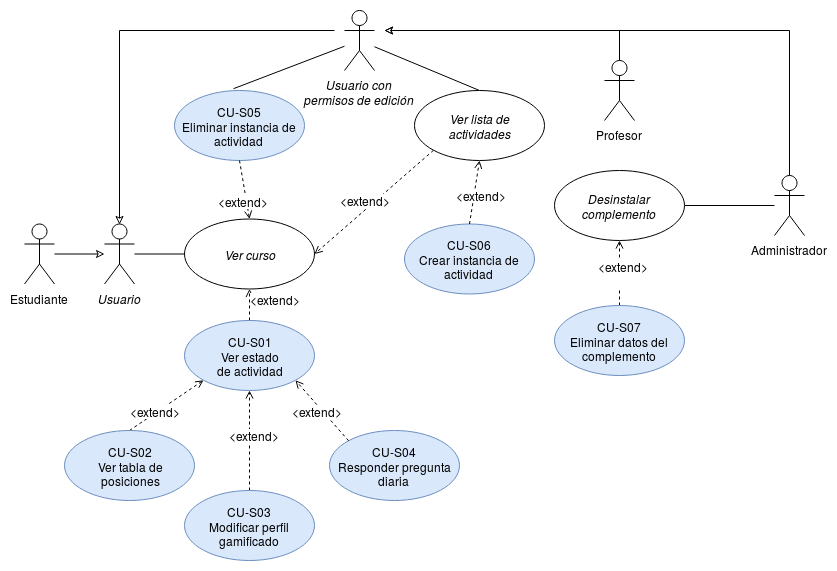
Above: docs/modulos/seguimiento/diagrams/UseCases.png in RicardoPolit/gamificationTT (draw.io), before the change. Source tidied: cells renumbered, new cells last; positions are measured from the earlier drawing's top-left corner, leaving out a move shared by most shapes. Source of this version:
```xml
<mxGraphModel>
  <root>
    <mxCell id="0" />
    <mxCell id="1" parent="0" />
    <mxCell id="2" style="edgeStyle=none;rounded=0;jettySize=auto;html=1;endArrow=none;endFill=0;entryX=0;entryY=0.5;entryDx=0;entryDy=0;" parent="1" edge="1" source="3" target="15">
      <mxGeometry relative="1" as="geometry" />
    </mxCell>
    <mxCell id="3" value="&lt;i&gt;Usuario&lt;/i&gt;" style="shape=umlActor;verticalLabelPosition=bottom;labelBackgroundColor=#ffffff;verticalAlign=top;html=1;outlineConnect=0;" parent="1" vertex="1">
      <mxGeometry x="80" y="213.5" width="30" height="60" as="geometry" />
    </mxCell>
    <mxCell id="4" style="edgeStyle=none;rounded=0;jettySize=auto;html=1;exitX=0.5;exitY=0;exitDx=0;exitDy=0;entryX=0.5;entryY=1;entryDx=0;entryDy=0;dashed=1;endArrow=open;endFill=0;" parent="1" edge="1" source="6" target="15">
      <mxGeometry relative="1" as="geometry" />
    </mxCell>
    <mxCell id="5" value="&amp;lt;extend&amp;gt;" style="text;html=1;align=center;verticalAlign=middle;labelBackgroundColor=#ffffff;" parent="4" vertex="1">
      <mxGeometry x="0.4" y="-3" relative="1" as="geometry">
        <mxPoint x="22" y="0.5" as="offset" />
      </mxGeometry>
    </mxCell>
    <mxCell id="6" value="&lt;div&gt;CU-S01&lt;/div&gt;&lt;div&gt;Ver estado&lt;/div&gt;&lt;div&gt;de actividad&lt;/div&gt;" style="ellipse;whiteSpace=wrap;html=1;fillColor=#dae8fc;strokeColor=#6c8ebf;" parent="1" vertex="1">
      <mxGeometry x="160" y="310" width="130" height="70" as="geometry" />
    </mxCell>
    <mxCell id="7" style="edgeStyle=none;rounded=0;jettySize=auto;html=1;exitX=0.5;exitY=0;exitDx=0;exitDy=0;dashed=1;endArrow=open;endFill=0;entryX=0;entryY=1;entryDx=0;entryDy=0;" parent="1" edge="1" source="9" target="6">
      <mxGeometry relative="1" as="geometry" />
    </mxCell>
    <mxCell id="8" value="&amp;lt;extend&amp;gt;" style="text;html=1;align=center;verticalAlign=middle;labelBackgroundColor=#ffffff;" parent="7" vertex="1">
      <mxGeometry x="-0.27" y="2" relative="1" as="geometry" />
    </mxCell>
    <mxCell id="9" value="&lt;div&gt;CU-S02&lt;/div&gt;&lt;div&gt;Ver tabla de&lt;/div&gt;&lt;div&gt;posiciones&lt;/div&gt;" style="ellipse;whiteSpace=wrap;html=1;fillColor=#dae8fc;strokeColor=#6c8ebf;" parent="1" vertex="1">
      <mxGeometry x="40" y="420" width="130" height="70" as="geometry" />
    </mxCell>
    <mxCell id="10" style="rounded=0;jettySize=auto;html=1;exitX=0.5;exitY=0;exitDx=0;exitDy=0;entryX=0.5;entryY=1;entryDx=0;entryDy=0;dashed=1;endArrow=open;endFill=0;" parent="1" edge="1" source="12" target="6">
      <mxGeometry relative="1" as="geometry" />
    </mxCell>
    <mxCell id="11" value="&lt;div&gt;&amp;lt;extend&amp;gt;&lt;/div&gt;" style="text;html=1;align=center;verticalAlign=middle;labelBackgroundColor=#ffffff;" parent="10" vertex="1">
      <mxGeometry x="0.32" y="-1" relative="1" as="geometry">
        <mxPoint x="3" y="10.5" as="offset" />
      </mxGeometry>
    </mxCell>
    <mxCell id="12" value="&lt;div&gt;CU-S03&lt;/div&gt;Modificar perfil gamificado" style="ellipse;whiteSpace=wrap;html=1;fillColor=#dae8fc;strokeColor=#6c8ebf;" parent="1" vertex="1">
      <mxGeometry x="160" y="480" width="130" height="70" as="geometry" />
    </mxCell>
    <mxCell id="13" style="edgeStyle=orthogonalEdgeStyle;rounded=0;jettySize=auto;html=1;endArrow=classic;endFill=0;exitX=0.5;exitY=0;exitDx=0;exitDy=0;exitPerimeter=0;" parent="1" edge="1" source="14">
      <mxGeometry relative="1" as="geometry">
        <mxPoint x="360" y="20" as="targetPoint" />
        <Array as="points">
          <mxPoint x="765" y="20" />
        </Array>
      </mxGeometry>
    </mxCell>
    <mxCell id="14" value="Administrador" style="shape=umlActor;verticalLabelPosition=bottom;labelBackgroundColor=#ffffff;verticalAlign=top;html=1;outlineConnect=0;" parent="1" vertex="1">
      <mxGeometry x="750" y="165" width="30" height="60" as="geometry" />
    </mxCell>
    <mxCell id="15" value="&lt;i&gt;Ver curso&lt;/i&gt;" style="ellipse;whiteSpace=wrap;html=1;" parent="1" vertex="1">
      <mxGeometry x="160" y="208.5" width="130" height="70" as="geometry" />
    </mxCell>
    <mxCell id="16" style="rounded=0;jettySize=auto;html=1;startArrow=none;startFill=0;endArrow=classic;endFill=0;" parent="1" edge="1" source="17" target="3">
      <mxGeometry relative="1" as="geometry" />
    </mxCell>
    <mxCell id="17" value="Estudiante" style="shape=umlActor;verticalLabelPosition=bottom;labelBackgroundColor=#ffffff;verticalAlign=top;html=1;outlineConnect=0;" parent="1" vertex="1">
      <mxGeometry y="213.5" width="30" height="60" as="geometry" />
    </mxCell>
    <mxCell id="18" style="edgeStyle=none;rounded=0;jettySize=auto;html=1;startArrow=none;startFill=0;endArrow=none;endFill=0;exitX=1;exitY=0.5;exitDx=0;exitDy=0;" parent="1" edge="1" source="22" target="14">
      <mxGeometry relative="1" as="geometry" />
    </mxCell>
    <mxCell id="19" style="edgeStyle=none;rounded=0;jettySize=auto;html=1;exitX=0.5;exitY=0;exitDx=0;exitDy=0;entryX=0.5;entryY=1;entryDx=0;entryDy=0;startArrow=none;startFill=0;endArrow=open;endFill=0;dashed=1;" parent="1" edge="1" source="21" target="22">
      <mxGeometry relative="1" as="geometry" />
    </mxCell>
    <mxCell id="20" value="&lt;div&gt;&amp;lt;extend&amp;gt;&lt;/div&gt;&lt;div&gt;&lt;br&gt;&lt;/div&gt;" style="text;html=1;align=center;verticalAlign=middle;labelBackgroundColor=#ffffff;" parent="19" vertex="1">
      <mxGeometry x="-0.48" y="-2" relative="1" as="geometry">
        <mxPoint x="1.5" y="-15.5" as="offset" />
      </mxGeometry>
    </mxCell>
    <mxCell id="21" value="&lt;div&gt;CU-S07&lt;/div&gt;&lt;div&gt;Eliminar datos del complemento&lt;br&gt;&lt;/div&gt;" style="ellipse;whiteSpace=wrap;html=1;fillColor=#dae8fc;strokeColor=#6c8ebf;" parent="1" vertex="1">
      <mxGeometry x="530" y="295" width="130" height="70" as="geometry" />
    </mxCell>
    <mxCell id="22" value="&lt;i&gt;Desinstalar complemento&lt;/i&gt;" style="ellipse;whiteSpace=wrap;html=1;" parent="1" vertex="1">
      <mxGeometry x="530" y="160" width="130" height="70" as="geometry" />
    </mxCell>
    <mxCell id="23" value="&lt;div&gt;CU-S04&lt;/div&gt;&lt;div&gt;Responder pregunta diaria&lt;br&gt;&lt;/div&gt;" style="ellipse;whiteSpace=wrap;html=1;fillColor=#dae8fc;strokeColor=#6c8ebf;" parent="1" vertex="1">
      <mxGeometry x="305" y="420" width="130" height="70" as="geometry" />
    </mxCell>
    <mxCell id="24" style="rounded=0;jettySize=auto;html=1;exitX=0;exitY=0;exitDx=0;exitDy=0;entryX=1;entryY=1;entryDx=0;entryDy=0;dashed=1;endArrow=open;endFill=0;" parent="1" edge="1" source="23" target="6">
      <mxGeometry relative="1" as="geometry" />
    </mxCell>
    <mxCell id="25" value="&lt;div&gt;&amp;lt;extend&amp;gt;&lt;/div&gt;" style="text;html=1;align=center;verticalAlign=middle;labelBackgroundColor=#ffffff;" parent="24" vertex="1">
      <mxGeometry x="0.32" y="-1" relative="1" as="geometry">
        <mxPoint x="3" y="10.5" as="offset" />
      </mxGeometry>
    </mxCell>
    <mxCell id="26" style="rounded=0;jettySize=auto;html=1;entryX=0.5;entryY=0;entryDx=0;entryDy=0;endArrow=none;endFill=0;" parent="1" edge="1" source="29" target="38">
      <mxGeometry relative="1" as="geometry" />
    </mxCell>
    <mxCell id="27" style="rounded=0;jettySize=auto;html=1;entryX=0.454;entryY=-0.026;entryDx=0;entryDy=0;entryPerimeter=0;endArrow=none;endFill=0;" parent="1" edge="1" source="29" target="33">
      <mxGeometry relative="1" as="geometry" />
    </mxCell>
    <mxCell id="28" style="edgeStyle=orthogonalEdgeStyle;rounded=0;jettySize=auto;html=1;endArrow=classic;endFill=0;entryX=0.5;entryY=0;entryDx=0;entryDy=0;entryPerimeter=0;" parent="1" edge="1" target="3">
      <mxGeometry relative="1" as="geometry">
        <mxPoint x="310" y="20" as="sourcePoint" />
      </mxGeometry>
    </mxCell>
    <mxCell id="29" value="&lt;div&gt;&lt;i&gt;Usuario con &lt;br&gt;&lt;/i&gt;&lt;/div&gt;&lt;div&gt;&lt;i&gt;permisos de edición&lt;/i&gt;&lt;/div&gt;" style="shape=umlActor;verticalLabelPosition=bottom;labelBackgroundColor=#ffffff;verticalAlign=top;html=1;outlineConnect=0;" parent="1" vertex="1">
      <mxGeometry x="320" width="30" height="60" as="geometry" />
    </mxCell>
    <mxCell id="30" value="&lt;div&gt;CU-S06&lt;/div&gt;&lt;div&gt;Crear instancia de actividad&lt;br&gt;&lt;/div&gt;" style="ellipse;whiteSpace=wrap;html=1;fillColor=#dae8fc;strokeColor=#6c8ebf;" parent="1" vertex="1">
      <mxGeometry x="380" y="213.5" width="130" height="70" as="geometry" />
    </mxCell>
    <mxCell id="31" style="edgeStyle=none;rounded=0;jettySize=auto;html=1;exitX=0.5;exitY=0;exitDx=0;exitDy=0;entryX=0.5;entryY=1;entryDx=0;entryDy=0;dashed=1;endArrow=open;endFill=0;" parent="1" edge="1" source="30" target="38">
      <mxGeometry relative="1" as="geometry" />
    </mxCell>
    <mxCell id="32" value="&amp;lt;extend&amp;gt;" style="text;html=1;align=center;verticalAlign=middle;labelBackgroundColor=#ffffff;" parent="31" vertex="1">
      <mxGeometry x="0.4" y="-3" relative="1" as="geometry">
        <mxPoint x="2" y="15" as="offset" />
      </mxGeometry>
    </mxCell>
    <mxCell id="33" value="&lt;div&gt;CU-S05&lt;/div&gt;&lt;div&gt;Eliminar instancia de actividad&lt;br&gt;&lt;/div&gt;" style="ellipse;whiteSpace=wrap;html=1;fillColor=#dae8fc;strokeColor=#6c8ebf;" parent="1" vertex="1">
      <mxGeometry x="150" y="80" width="130" height="70" as="geometry" />
    </mxCell>
    <mxCell id="34" style="edgeStyle=none;rounded=0;jettySize=auto;html=1;exitX=0.5;exitY=1;exitDx=0;exitDy=0;entryX=0.5;entryY=0;entryDx=0;entryDy=0;dashed=1;endArrow=open;endFill=0;" parent="1" edge="1" source="33" target="15">
      <mxGeometry relative="1" as="geometry" />
    </mxCell>
    <mxCell id="35" value="&amp;lt;extend&amp;gt;" style="text;html=1;align=center;verticalAlign=middle;labelBackgroundColor=#ffffff;" parent="34" vertex="1">
      <mxGeometry x="0.4" y="-3" relative="1" as="geometry" />
    </mxCell>
    <mxCell id="36" style="edgeStyle=orthogonalEdgeStyle;rounded=0;jettySize=auto;html=1;exitX=0.5;exitY=0;exitDx=0;exitDy=0;exitPerimeter=0;endArrow=classic;endFill=0;" parent="1" edge="1" source="37">
      <mxGeometry relative="1" as="geometry">
        <mxPoint x="360" y="20" as="targetPoint" />
        <Array as="points">
          <mxPoint x="595" y="20" />
        </Array>
      </mxGeometry>
    </mxCell>
    <mxCell id="37" value="Profesor" style="shape=umlActor;verticalLabelPosition=bottom;labelBackgroundColor=#ffffff;verticalAlign=top;html=1;outlineConnect=0;" parent="1" vertex="1">
      <mxGeometry x="580" y="50" width="30" height="60" as="geometry" />
    </mxCell>
    <mxCell id="38" value="&lt;div&gt;&lt;i&gt;Ver lista de&lt;/i&gt;&lt;/div&gt;&lt;div&gt;&lt;i&gt;actividades&lt;/i&gt;&lt;/div&gt;" style="ellipse;whiteSpace=wrap;html=1;" parent="1" vertex="1">
      <mxGeometry x="390" y="80" width="130" height="70" as="geometry" />
    </mxCell>
    <mxCell id="39" style="edgeStyle=none;rounded=0;jettySize=auto;html=1;exitX=0;exitY=1;exitDx=0;exitDy=0;entryX=1;entryY=0.5;entryDx=0;entryDy=0;dashed=1;endArrow=open;endFill=0;" parent="1" edge="1" source="38" target="15">
      <mxGeometry relative="1" as="geometry" />
    </mxCell>
    <mxCell id="40" value="&amp;lt;extend&amp;gt;" style="text;html=1;align=center;verticalAlign=middle;labelBackgroundColor=#ffffff;" parent="39" vertex="1">
      <mxGeometry x="0.4" y="-3" relative="1" as="geometry">
        <mxPoint x="16.5" y="-20" as="offset" />
      </mxGeometry>
    </mxCell>
  </root>
</mxGraphModel>
```
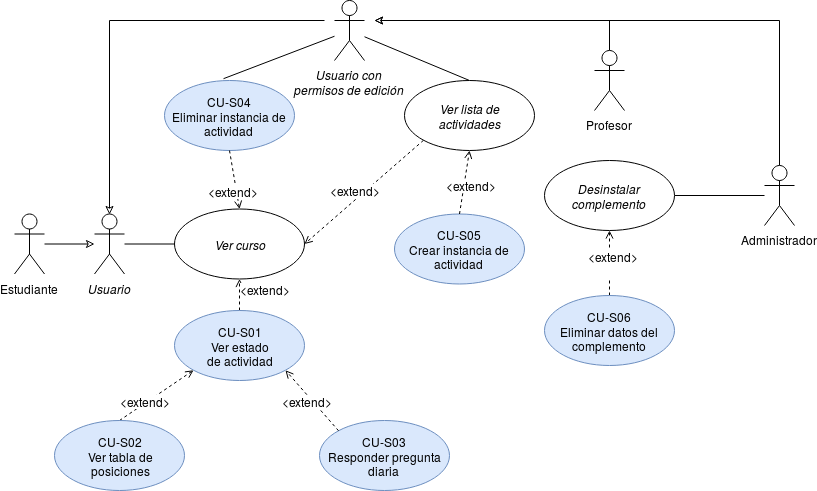
The same file after the commit.

What changed in the source:
```diff
@@ -28,17 +28,6 @@
     <mxCell id="9" value="&lt;div&gt;CU-S02&lt;/div&gt;&lt;div&gt;Ver tabla de&lt;/div&gt;&lt;div&gt;posiciones&lt;/div&gt;" style="ellipse;whiteSpace=wrap;html=1;fillColor=#dae8fc;strokeColor=#6c8ebf;" parent="1" vertex="1">
       <mxGeometry x="40" y="420" width="130" height="70" as="geometry" />
     </mxCell>
-    <mxCell id="10" style="rounded=0;jettySize=auto;html=1;exitX=0.5;exitY=0;exitDx=0;exitDy=0;entryX=0.5;entryY=1;entryDx=0;entryDy=0;dashed=1;endArrow=open;endFill=0;" parent="1" edge="1" source="12" target="6">
-      <mxGeometry relative="1" as="geometry" />
-    </mxCell>
-    <mxCell id="11" value="&lt;div&gt;&amp;lt;extend&amp;gt;&lt;/div&gt;" style="text;html=1;align=center;verticalAlign=middle;labelBackgroundColor=#ffffff;" parent="10" vertex="1">
-      <mxGeometry x="0.32" y="-1" relative="1" as="geometry">
-        <mxPoint x="3" y="10.5" as="offset" />
-      </mxGeometry>
-    </mxCell>
-    <mxCell id="12" value="&lt;div&gt;CU-S03&lt;/div&gt;Modificar perfil gamificado" style="ellipse;whiteSpace=wrap;html=1;fillColor=#dae8fc;strokeColor=#6c8ebf;" parent="1" vertex="1">
-      <mxGeometry x="160" y="480" width="130" height="70" as="geometry" />
-    </mxCell>
     <mxCell id="13" style="edgeStyle=orthogonalEdgeStyle;rounded=0;jettySize=auto;html=1;endArrow=classic;endFill=0;exitX=0.5;exitY=0;exitDx=0;exitDy=0;exitPerimeter=0;" parent="1" edge="1" source="14">
       <mxGeometry relative="1" as="geometry">
         <mxPoint x="360" y="20" as="targetPoint" />
@@ -70,13 +59,13 @@
         <mxPoint x="1.5" y="-15.5" as="offset" />
       </mxGeometry>
     </mxCell>
-    <mxCell id="21" value="&lt;div&gt;CU-S07&lt;/div&gt;&lt;div&gt;Eliminar datos del complemento&lt;br&gt;&lt;/div&gt;" style="ellipse;whiteSpace=wrap;html=1;fillColor=#dae8fc;strokeColor=#6c8ebf;" parent="1" vertex="1">
+    <mxCell id="21" value="&lt;div&gt;CU-S06&lt;/div&gt;&lt;div&gt;Eliminar datos del complemento&lt;br&gt;&lt;/div&gt;" style="ellipse;whiteSpace=wrap;html=1;fillColor=#dae8fc;strokeColor=#6c8ebf;" parent="1" vertex="1">
       <mxGeometry x="530" y="295" width="130" height="70" as="geometry" />
     </mxCell>
     <mxCell id="22" value="&lt;i&gt;Desinstalar complemento&lt;/i&gt;" style="ellipse;whiteSpace=wrap;html=1;" parent="1" vertex="1">
       <mxGeometry x="530" y="160" width="130" height="70" as="geometry" />
     </mxCell>
-    <mxCell id="23" value="&lt;div&gt;CU-S04&lt;/div&gt;&lt;div&gt;Responder pregunta diaria&lt;br&gt;&lt;/div&gt;" style="ellipse;whiteSpace=wrap;html=1;fillColor=#dae8fc;strokeColor=#6c8ebf;" parent="1" vertex="1">
+    <mxCell id="23" value="&lt;div&gt;CU-S03&lt;/div&gt;&lt;div&gt;Responder pregunta diaria&lt;br&gt;&lt;/div&gt;" style="ellipse;whiteSpace=wrap;html=1;fillColor=#dae8fc;strokeColor=#6c8ebf;" parent="1" vertex="1">
       <mxGeometry x="305" y="420" width="130" height="70" as="geometry" />
     </mxCell>
     <mxCell id="24" style="rounded=0;jettySize=auto;html=1;exitX=0;exitY=0;exitDx=0;exitDy=0;entryX=1;entryY=1;entryDx=0;entryDy=0;dashed=1;endArrow=open;endFill=0;" parent="1" edge="1" source="23" target="6">
@@ -101,7 +90,7 @@
     <mxCell id="29" value="&lt;div&gt;&lt;i&gt;Usuario con &lt;br&gt;&lt;/i&gt;&lt;/div&gt;&lt;div&gt;&lt;i&gt;permisos de edición&lt;/i&gt;&lt;/div&gt;" style="shape=umlActor;verticalLabelPosition=bottom;labelBackgroundColor=#ffffff;verticalAlign=top;html=1;outlineConnect=0;" parent="1" vertex="1">
       <mxGeometry x="320" width="30" height="60" as="geometry" />
     </mxCell>
-    <mxCell id="30" value="&lt;div&gt;CU-S06&lt;/div&gt;&lt;div&gt;Crear instancia de actividad&lt;br&gt;&lt;/div&gt;" style="ellipse;whiteSpace=wrap;html=1;fillColor=#dae8fc;strokeColor=#6c8ebf;" parent="1" vertex="1">
+    <mxCell id="30" value="&lt;div&gt;CU-S05&lt;/div&gt;&lt;div&gt;Crear instancia de actividad&lt;br&gt;&lt;/div&gt;" style="ellipse;whiteSpace=wrap;html=1;fillColor=#dae8fc;strokeColor=#6c8ebf;" parent="1" vertex="1">
       <mxGeometry x="380" y="213.5" width="130" height="70" as="geometry" />
     </mxCell>
     <mxCell id="31" style="edgeStyle=none;rounded=0;jettySize=auto;html=1;exitX=0.5;exitY=0;exitDx=0;exitDy=0;entryX=0.5;entryY=1;entryDx=0;entryDy=0;dashed=1;endArrow=open;endFill=0;" parent="1" edge="1" source="30" target="38">
@@ -112,7 +101,7 @@
         <mxPoint x="2" y="15" as="offset" />
       </mxGeometry>
     </mxCell>
-    <mxCell id="33" value="&lt;div&gt;CU-S05&lt;/div&gt;&lt;div&gt;Eliminar instancia de actividad&lt;br&gt;&lt;/div&gt;" style="ellipse;whiteSpace=wrap;html=1;fillColor=#dae8fc;strokeColor=#6c8ebf;" parent="1" vertex="1">
+    <mxCell id="33" value="&lt;div&gt;CU-S04&lt;/div&gt;&lt;div&gt;Eliminar instancia de actividad&lt;br&gt;&lt;/div&gt;" style="ellipse;whiteSpace=wrap;html=1;fillColor=#dae8fc;strokeColor=#6c8ebf;" parent="1" vertex="1">
       <mxGeometry x="150" y="80" width="130" height="70" as="geometry" />
     </mxCell>
     <mxCell id="34" style="edgeStyle=none;rounded=0;jettySize=auto;html=1;exitX=0.5;exitY=1;exitDx=0;exitDy=0;entryX=0.5;entryY=0;entryDx=0;entryDy=0;dashed=1;endArrow=open;endFill=0;" parent="1" edge="1" source="33" target="15">
```
